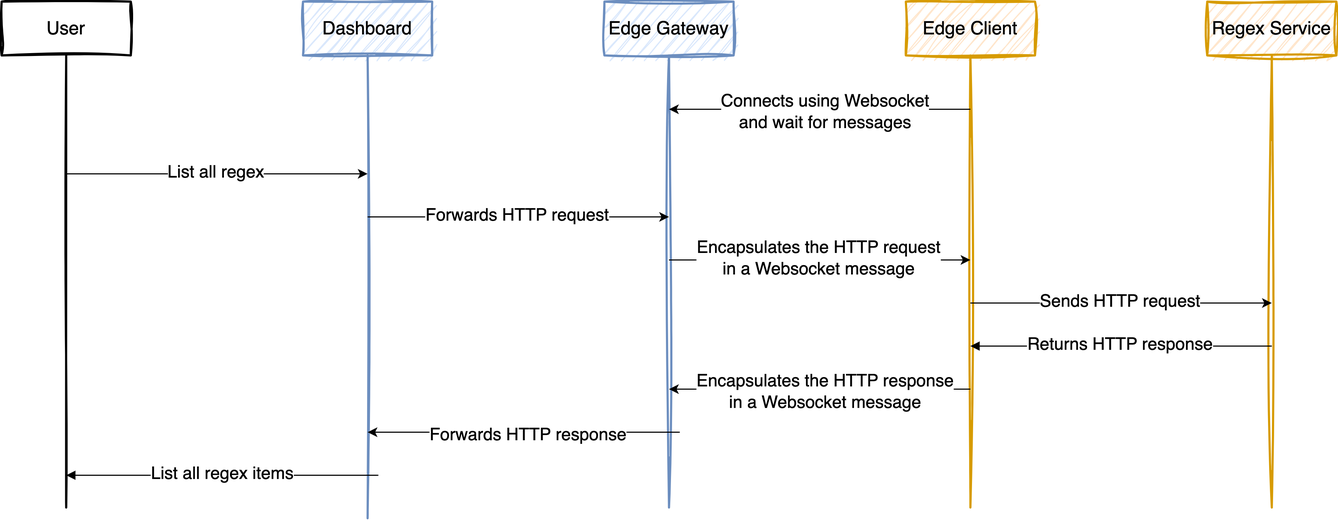
alatui/edge_gateway keeps this draw.io diagram as edge_gateway_flow.png. Above is the earlier version. Source tidied: cells renumbered, new cells last; positions are measured from the earlier drawing's top-left corner, leaving out a move shared by most shapes. Source of this version:
```xml
<mxGraphModel>
  <root>
    <mxCell id="0" />
    <mxCell id="1" parent="0" />
    <mxCell id="2" value="User" style="rounded=0;whiteSpace=wrap;html=1;fontSize=17;sketch=1;curveFitting=1;jiggle=2;strokeWidth=2;" parent="1" vertex="1">
      <mxGeometry width="120" height="50" as="geometry" />
    </mxCell>
    <mxCell id="3" style="endArrow=none;html=1;rounded=0;entryX=0.5;entryY=1;entryDx=0;entryDy=0;sketch=1;curveFitting=1;jiggle=2;strokeWidth=2;" parent="1" edge="1" target="2">
      <mxGeometry relative="1" as="geometry">
        <mxPoint x="60" y="470" as="sourcePoint" />
      </mxGeometry>
    </mxCell>
    <mxCell id="4" value="Dashboard" style="rounded=0;whiteSpace=wrap;html=1;fontSize=17;sketch=1;curveFitting=1;jiggle=2;strokeWidth=2;fillColor=#dae8fc;strokeColor=#6c8ebf;" parent="1" vertex="1">
      <mxGeometry x="280" width="120" height="50" as="geometry" />
    </mxCell>
    <mxCell id="5" style="endArrow=none;html=1;rounded=0;entryX=0.5;entryY=1;entryDx=0;entryDy=0;sketch=1;curveFitting=1;jiggle=2;strokeWidth=2;fillColor=#dae8fc;strokeColor=#6c8ebf;" parent="1" edge="1" target="4">
      <mxGeometry relative="1" as="geometry">
        <mxPoint x="340" y="480" as="sourcePoint" />
      </mxGeometry>
    </mxCell>
    <mxCell id="6" value="Edge Gateway" style="rounded=0;whiteSpace=wrap;html=1;fontSize=17;sketch=1;curveFitting=1;jiggle=2;strokeWidth=2;fillColor=#dae8fc;strokeColor=#6c8ebf;" parent="1" vertex="1">
      <mxGeometry x="560" width="120" height="50" as="geometry" />
    </mxCell>
    <mxCell id="7" style="endArrow=none;html=1;rounded=0;entryX=0.5;entryY=1;entryDx=0;entryDy=0;sketch=1;curveFitting=1;jiggle=2;strokeWidth=2;fillColor=#dae8fc;strokeColor=#6c8ebf;" parent="1" edge="1" target="6">
      <mxGeometry relative="1" as="geometry">
        <mxPoint x="620" y="470" as="sourcePoint" />
      </mxGeometry>
    </mxCell>
    <mxCell id="8" value="Edge Client" style="rounded=0;whiteSpace=wrap;html=1;fontSize=17;sketch=1;curveFitting=1;jiggle=2;strokeWidth=2;fillColor=#ffe6cc;strokeColor=#d79b00;" parent="1" vertex="1">
      <mxGeometry x="840" width="120" height="50" as="geometry" />
    </mxCell>
    <mxCell id="9" style="endArrow=none;html=1;rounded=0;entryX=0.5;entryY=1;entryDx=0;entryDy=0;sketch=1;curveFitting=1;jiggle=2;strokeWidth=2;fillColor=#ffe6cc;strokeColor=#d79b00;" parent="1" edge="1" target="8">
      <mxGeometry relative="1" as="geometry">
        <mxPoint x="900" y="470" as="sourcePoint" />
      </mxGeometry>
    </mxCell>
    <mxCell id="10" value="Regex Service" style="rounded=0;whiteSpace=wrap;html=1;fontSize=17;sketch=1;curveFitting=1;jiggle=2;strokeWidth=2;fillColor=#ffe6cc;strokeColor=#d79b00;" parent="1" vertex="1">
      <mxGeometry x="1120" width="120" height="50" as="geometry" />
    </mxCell>
    <mxCell id="11" style="endArrow=none;html=1;rounded=0;entryX=0.5;entryY=1;entryDx=0;entryDy=0;sketch=1;curveFitting=1;jiggle=2;strokeWidth=2;fillColor=#ffe6cc;strokeColor=#d79b00;" parent="1" edge="1" target="10">
      <mxGeometry relative="1" as="geometry">
        <mxPoint x="1180" y="470" as="sourcePoint" />
      </mxGeometry>
    </mxCell>
    <mxCell id="12" style="endArrow=classic;html=1;rounded=0;" parent="1" edge="1">
      <mxGeometry relative="1" as="geometry">
        <mxPoint x="60" y="160" as="sourcePoint" />
        <mxPoint x="340" y="160" as="targetPoint" />
      </mxGeometry>
    </mxCell>
    <mxCell id="13" value="List all regex" style="edgeLabel;html=1;align=center;verticalAlign=middle;fontSize=16;" parent="12" vertex="1">
      <mxGeometry x="-0.02" y="2" relative="1" as="geometry">
        <mxPoint x="1" as="offset" />
      </mxGeometry>
    </mxCell>
    <mxCell id="14" style="endArrow=classic;html=1;rounded=0;" parent="1" edge="1">
      <mxGeometry relative="1" as="geometry">
        <mxPoint x="900" y="100" as="sourcePoint" />
        <mxPoint x="620" y="100" as="targetPoint" />
      </mxGeometry>
    </mxCell>
    <mxCell id="15" value="Connects using Websocket &lt;br&gt;and wait for messages" style="edgeLabel;html=1;align=center;verticalAlign=middle;fontSize=16;" parent="14" vertex="1">
      <mxGeometry x="-0.02" y="2" relative="1" as="geometry">
        <mxPoint x="1" as="offset" />
      </mxGeometry>
    </mxCell>
    <mxCell id="16" style="endArrow=classic;html=1;rounded=0;" parent="1" edge="1">
      <mxGeometry relative="1" as="geometry">
        <mxPoint x="340" y="200" as="sourcePoint" />
        <mxPoint x="620" y="200" as="targetPoint" />
      </mxGeometry>
    </mxCell>
    <mxCell id="17" value="Forwards HTTP request" style="edgeLabel;html=1;align=center;verticalAlign=middle;fontSize=16;" parent="16" vertex="1">
      <mxGeometry x="-0.02" y="2" relative="1" as="geometry">
        <mxPoint x="1" as="offset" />
      </mxGeometry>
    </mxCell>
    <mxCell id="18" style="endArrow=classic;html=1;rounded=0;" parent="1" edge="1">
      <mxGeometry relative="1" as="geometry">
        <mxPoint x="620" y="240" as="sourcePoint" />
        <mxPoint x="900" y="240" as="targetPoint" />
      </mxGeometry>
    </mxCell>
    <mxCell id="19" value="Encapsulates the HTTP request &lt;br&gt;in a Websocket message" style="edgeLabel;html=1;align=center;verticalAlign=middle;fontSize=16;" parent="18" vertex="1">
      <mxGeometry x="-0.02" y="2" relative="1" as="geometry">
        <mxPoint x="1" as="offset" />
      </mxGeometry>
    </mxCell>
    <mxCell id="20" style="endArrow=classic;html=1;rounded=0;" parent="1" edge="1">
      <mxGeometry relative="1" as="geometry">
        <mxPoint x="900" y="280" as="sourcePoint" />
        <mxPoint x="1180" y="280" as="targetPoint" />
      </mxGeometry>
    </mxCell>
    <mxCell id="21" value="Sends HTTP request" style="edgeLabel;html=1;align=center;verticalAlign=middle;fontSize=16;" parent="20" vertex="1">
      <mxGeometry x="-0.02" y="2" relative="1" as="geometry">
        <mxPoint x="1" as="offset" />
      </mxGeometry>
    </mxCell>
    <mxCell id="22" style="endArrow=classic;html=1;rounded=0;" parent="1" edge="1">
      <mxGeometry relative="1" as="geometry">
        <mxPoint x="900" y="360" as="sourcePoint" />
        <mxPoint x="620" y="360" as="targetPoint" />
      </mxGeometry>
    </mxCell>
    <mxCell id="23" value="Encapsulates&amp;nbsp;the HTTP response&lt;br style=&quot;border-color: var(--border-color);&quot;&gt;in a Websocket message" style="edgeLabel;html=1;align=center;verticalAlign=middle;fontSize=16;" parent="22" vertex="1">
      <mxGeometry x="-0.02" y="2" relative="1" as="geometry">
        <mxPoint x="1" as="offset" />
      </mxGeometry>
    </mxCell>
    <mxCell id="24" style="endArrow=classic;html=1;rounded=0;" parent="1" edge="1">
      <mxGeometry relative="1" as="geometry">
        <mxPoint x="630" y="400" as="sourcePoint" />
        <mxPoint x="340" y="400" as="targetPoint" />
      </mxGeometry>
    </mxCell>
    <mxCell id="25" value="Forwards HTTP response" style="edgeLabel;html=1;align=center;verticalAlign=middle;fontSize=16;" parent="24" vertex="1">
      <mxGeometry x="-0.02" y="2" relative="1" as="geometry">
        <mxPoint x="1" as="offset" />
      </mxGeometry>
    </mxCell>
    <mxCell id="26" style="endArrow=none;html=1;rounded=0;startArrow=block;startFill=1;endFill=0;" parent="1" edge="1">
      <mxGeometry relative="1" as="geometry">
        <mxPoint x="60" y="440" as="sourcePoint" />
        <mxPoint x="350" y="440" as="targetPoint" />
      </mxGeometry>
    </mxCell>
    <mxCell id="27" value="List all regex items" style="edgeLabel;html=1;align=center;verticalAlign=middle;fontSize=16;" parent="26" vertex="1">
      <mxGeometry x="-0.02" y="2" relative="1" as="geometry">
        <mxPoint x="1" as="offset" />
      </mxGeometry>
    </mxCell>
    <mxCell id="28" style="endArrow=none;html=1;rounded=0;startArrow=block;startFill=1;endFill=0;" parent="1" edge="1">
      <mxGeometry relative="1" as="geometry">
        <mxPoint x="900" y="320" as="sourcePoint" />
        <mxPoint x="1180" y="320" as="targetPoint" />
      </mxGeometry>
    </mxCell>
    <mxCell id="29" value="Returns HTTP response" style="edgeLabel;html=1;align=center;verticalAlign=middle;fontSize=16;" parent="28" vertex="1">
      <mxGeometry x="-0.02" y="2" relative="1" as="geometry">
        <mxPoint x="1" as="offset" />
      </mxGeometry>
    </mxCell>
  </root>
</mxGraphModel>
```
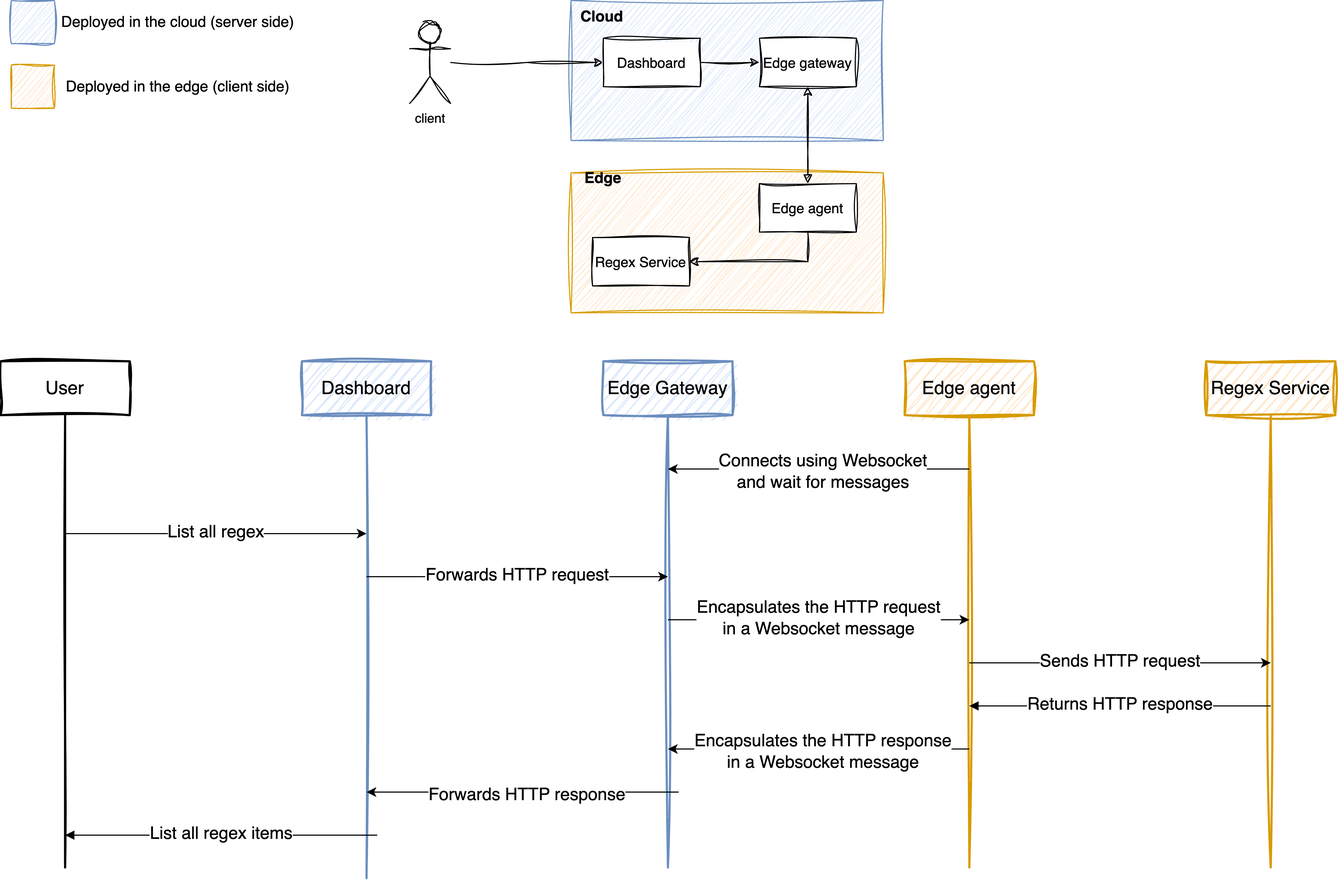
Above is the later version.

What changed in the source:
```diff
@@ -26,7 +26,7 @@
         <mxPoint x="620" y="470" as="sourcePoint" />
       </mxGeometry>
     </mxCell>
-    <mxCell id="8" value="Edge Client" style="rounded=0;whiteSpace=wrap;html=1;fontSize=17;sketch=1;curveFitting=1;jiggle=2;strokeWidth=2;fillColor=#ffe6cc;strokeColor=#d79b00;" parent="1" vertex="1">
+    <mxCell id="8" value="Edge agent" style="rounded=0;whiteSpace=wrap;html=1;fontSize=17;sketch=1;curveFitting=1;jiggle=2;strokeWidth=2;fillColor=#ffe6cc;strokeColor=#d79b00;" parent="1" vertex="1">
       <mxGeometry x="840" width="120" height="50" as="geometry" />
     </mxCell>
     <mxCell id="9" style="endArrow=none;html=1;rounded=0;entryX=0.5;entryY=1;entryDx=0;entryDy=0;sketch=1;curveFitting=1;jiggle=2;strokeWidth=2;fillColor=#ffe6cc;strokeColor=#d79b00;" parent="1" edge="1" target="8">
@@ -141,5 +141,56 @@
         <mxPoint x="1" as="offset" />
       </mxGeometry>
     </mxCell>
+    <mxCell id="30" style="whiteSpace=wrap;html=1;fillColor=#dae8fc;strokeColor=#6c8ebf;sketch=1;curveFitting=1;jiggle=2;" parent="1" vertex="1">
+      <mxGeometry x="10" y="-335" width="40" height="40" as="geometry" />
+    </mxCell>
+    <mxCell id="31" value="Deployed in the cloud (server side)" style="text;html=1;align=center;verticalAlign=middle;whiteSpace=wrap;rounded=0;fontSize=14;" parent="1" vertex="1">
+      <mxGeometry x="55" y="-330" width="220" height="30" as="geometry" />
+    </mxCell>
+    <mxCell id="32" style="whiteSpace=wrap;html=1;sketch=1;curveFitting=1;jiggle=2;fillColor=#ffe6cc;strokeColor=#d79b00;" parent="1" vertex="1">
+      <mxGeometry x="10" y="-275" width="40" height="40" as="geometry" />
+    </mxCell>
+    <mxCell id="33" value="Deployed in the edge (client side)" style="text;html=1;align=center;verticalAlign=middle;whiteSpace=wrap;rounded=0;fontSize=14;" parent="1" vertex="1">
+      <mxGeometry x="55" y="-270" width="220" height="30" as="geometry" />
+    </mxCell>
+    <mxCell id="34" style="rounded=0;whiteSpace=wrap;html=1;fillColor=#dae8fc;strokeColor=#6c8ebf;sketch=1;curveFitting=1;jiggle=2;" parent="1" vertex="1">
+      <mxGeometry x="530" y="-335" width="290" height="130" as="geometry" />
+    </mxCell>
+    <mxCell id="35" value="Cloud" style="text;html=1;align=center;verticalAlign=middle;whiteSpace=wrap;rounded=0;fontStyle=1;fontSize=14;sketch=1;curveFitting=1;jiggle=2;" parent="1" vertex="1">
+      <mxGeometry x="520" y="-335" width="78" height="30" as="geometry" />
+    </mxCell>
+    <mxCell id="36" value="&lt;span style=&quot;font-size: 13px;&quot;&gt;&lt;font style=&quot;font-size: 13px;&quot;&gt;Edge gateway&lt;/font&gt;&lt;/span&gt;" style="rounded=0;whiteSpace=wrap;html=1;fontSize=13;fontStyle=0;sketch=1;curveFitting=1;jiggle=2;" parent="1" vertex="1">
+      <mxGeometry x="705" y="-300" width="90" height="45" as="geometry" />
+    </mxCell>
+    <mxCell id="37" style="edgeStyle=orthogonalEdgeStyle;rounded=0;jettySize=auto;html=1;entryX=0;entryY=0.5;entryDx=0;entryDy=0;sketch=1;curveFitting=1;jiggle=2;" parent="1" edge="1" source="38" target="46">
+      <mxGeometry relative="1" as="geometry" />
+    </mxCell>
+    <mxCell id="38" value="client" style="shape=umlActor;verticalLabelPosition=bottom;verticalAlign=top;html=1;outlineConnect=0;sketch=1;curveFitting=1;jiggle=2;" parent="1" vertex="1">
+      <mxGeometry x="380" y="-315.6" width="38.1" height="76.2" as="geometry" />
+    </mxCell>
+    <mxCell id="39" style="rounded=0;whiteSpace=wrap;html=1;fillColor=#ffe6cc;strokeColor=#d79b00;sketch=1;curveFitting=1;jiggle=2;" parent="1" vertex="1">
+      <mxGeometry x="530" y="-175" width="290" height="130" as="geometry" />
+    </mxCell>
+    <mxCell id="40" value="Edge" style="text;html=1;align=center;verticalAlign=middle;whiteSpace=wrap;rounded=0;fontStyle=1;fontSize=14;sketch=1;curveFitting=1;jiggle=2;" parent="1" vertex="1">
+      <mxGeometry x="520" y="-185" width="80" height="30" as="geometry" />
+    </mxCell>
+    <mxCell id="41" style="edgeStyle=orthogonalEdgeStyle;rounded=0;jettySize=auto;html=1;entryX=0.5;entryY=1;entryDx=0;entryDy=0;startArrow=block;startFill=1;sketch=1;curveFitting=1;jiggle=2;" parent="1" edge="1" source="43" target="36">
+      <mxGeometry relative="1" as="geometry" />
+    </mxCell>
+    <mxCell id="42" style="edgeStyle=orthogonalEdgeStyle;rounded=0;jettySize=auto;html=1;entryX=1;entryY=0.5;entryDx=0;entryDy=0;exitX=0.5;exitY=1;exitDx=0;exitDy=0;sketch=1;curveFitting=1;jiggle=2;" parent="1" edge="1" source="43" target="44">
+      <mxGeometry relative="1" as="geometry" />
+    </mxCell>
+    <mxCell id="43" value="&lt;span style=&quot;font-size: 13px;&quot;&gt;&lt;font style=&quot;font-size: 13px;&quot;&gt;Edge agent&lt;/font&gt;&lt;/span&gt;" style="rounded=0;whiteSpace=wrap;html=1;fontSize=13;fontStyle=0;sketch=1;curveFitting=1;jiggle=2;" parent="1" vertex="1">
+      <mxGeometry x="705" y="-165" width="90" height="45" as="geometry" />
+    </mxCell>
+    <mxCell id="44" value="&lt;span style=&quot;font-size: 13px;&quot;&gt;&lt;font style=&quot;font-size: 13px;&quot;&gt;Regex Service&lt;/font&gt;&lt;/span&gt;" style="rounded=0;whiteSpace=wrap;html=1;fontSize=13;fontStyle=0;sketch=1;curveFitting=1;jiggle=2;" parent="1" vertex="1">
+      <mxGeometry x="550" y="-115" width="90" height="45" as="geometry" />
+    </mxCell>
+    <mxCell id="45" style="edgeStyle=orthogonalEdgeStyle;rounded=0;jettySize=auto;html=1;entryX=0;entryY=0.5;entryDx=0;entryDy=0;sketch=1;curveFitting=1;jiggle=2;" parent="1" edge="1" source="46" target="36">
+      <mxGeometry relative="1" as="geometry" />
+    </mxCell>
+    <mxCell id="46" value="&lt;span style=&quot;font-size: 13px;&quot;&gt;&lt;font style=&quot;font-size: 13px;&quot;&gt;Dashboard&lt;/font&gt;&lt;/span&gt;" style="rounded=0;whiteSpace=wrap;html=1;fontSize=13;fontStyle=0;sketch=1;curveFitting=1;jiggle=2;" parent="1" vertex="1">
+      <mxGeometry x="560" y="-300" width="90" height="45" as="geometry" />
+    </mxCell>
   </root>
 </mxGraphModel>
```
